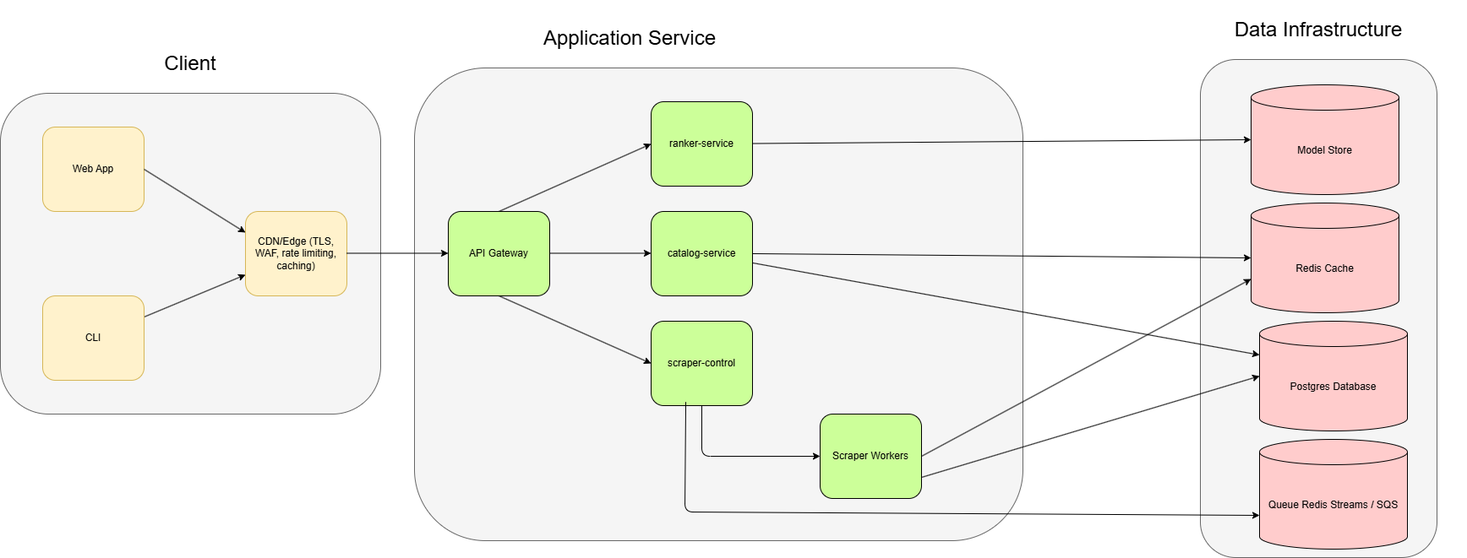
The draw.io diagram fnd-agent-local/docs/architecture/HLD/HLD.drawio.png in jsfmu/floor-decor-agent, before a commit. Source tidied: cells renumbered, new cells last; positions are measured from the earlier drawing's top-left corner, leaving out a move shared by most shapes.
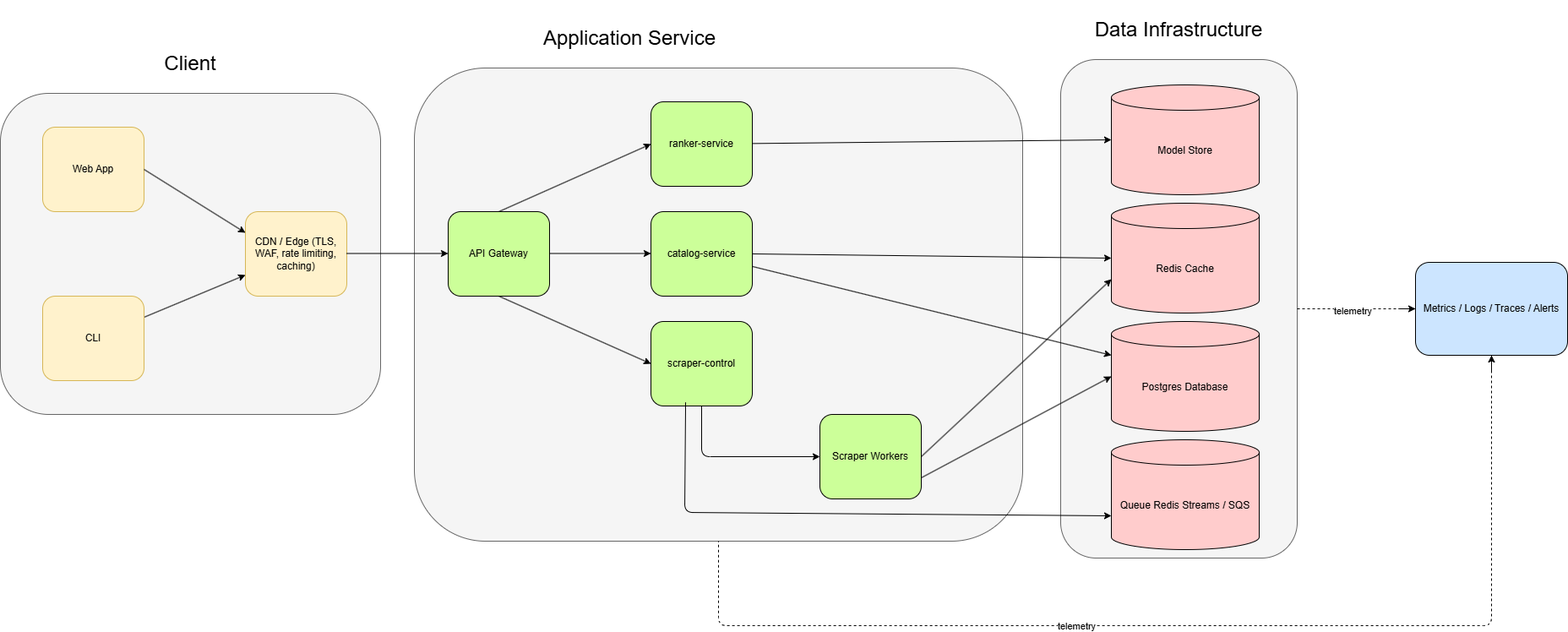
Later version of the same file.

Commit message:
Diagram readjustment

Change to the diagram source:
```diff
@@ -3,7 +3,7 @@
     <mxCell id="0" />
     <mxCell id="1" parent="0" />
     <mxCell id="2" style="rounded=1;whiteSpace=wrap;html=1;fillColor=#f5f5f5;strokeColor=#666666;fontColor=#333333;" parent="1" vertex="1">
-      <mxGeometry x="1420" y="70" width="280" height="590" as="geometry" />
+      <mxGeometry x="1255" y="70" width="280" height="590" as="geometry" />
     </mxCell>
     <mxCell id="3" style="rounded=1;whiteSpace=wrap;html=1;fillColor=#f5f5f5;strokeColor=#666666;fontColor=#333333;" parent="1" vertex="1">
       <mxGeometry x="490" y="80" width="720" height="560" as="geometry" />
@@ -17,7 +17,7 @@
     <mxCell id="6" style="endArrow=classic;html=1;exitX=1;exitY=0.5;exitDx=0;exitDy=0;entryX=0;entryY=0.25;entryDx=0;entryDy=0;" parent="1" edge="1" source="5" target="7">
       <mxGeometry relative="1" as="geometry" />
     </mxCell>
-    <mxCell id="7" value="CDN/Edge (TLS, WAF, rate limiting, caching)" style="rounded=1;whiteSpace=wrap;html=1;fillColor=#fff2cc;strokeColor=#d6b656;" parent="1" vertex="1">
+    <mxCell id="7" value="CDN / Edge (TLS, WAF, rate limiting, caching)" style="rounded=1;whiteSpace=wrap;html=1;fillColor=#fff2cc;strokeColor=#d6b656;" parent="1" vertex="1">
       <mxGeometry x="290" y="250" width="120" height="100" as="geometry" />
     </mxCell>
     <mxCell id="8" style="endArrow=classic;html=1;exitX=1;exitY=0.5;exitDx=0;exitDy=0;" parent="1" edge="1">
@@ -73,16 +73,16 @@
       <mxGeometry x="570" y="10" width="350" height="70" as="geometry" />
     </mxCell>
     <mxCell id="22" value="Model Store" style="shape=cylinder3;whiteSpace=wrap;html=1;boundedLbl=1;backgroundOutline=1;size=15;fillColor=#FFCCCC;" parent="1" vertex="1">
-      <mxGeometry x="1480" y="100" width="175" height="130" as="geometry" />
+      <mxGeometry x="1315" y="100" width="175" height="130" as="geometry" />
     </mxCell>
     <mxCell id="23" value="Redis Cache" style="shape=cylinder3;whiteSpace=wrap;html=1;boundedLbl=1;backgroundOutline=1;size=15;fillColor=#FFCCCC;" parent="1" vertex="1">
-      <mxGeometry x="1480" y="240" width="175" height="130" as="geometry" />
+      <mxGeometry x="1315" y="240" width="175" height="130" as="geometry" />
     </mxCell>
     <mxCell id="24" value="Postgres Database" style="shape=cylinder3;whiteSpace=wrap;html=1;boundedLbl=1;backgroundOutline=1;size=15;fillColor=#FFCCCC;" parent="1" vertex="1">
-      <mxGeometry x="1490" y="380" width="175" height="130" as="geometry" />
+      <mxGeometry x="1315" y="380" width="175" height="130" as="geometry" />
     </mxCell>
     <mxCell id="25" value="Queue Redis Streams / SQS" style="shape=cylinder3;whiteSpace=wrap;html=1;boundedLbl=1;backgroundOutline=1;size=15;fillColor=#FFCCCC;" parent="1" vertex="1">
-      <mxGeometry x="1490" y="520" width="175" height="130" as="geometry" />
+      <mxGeometry x="1315" y="520" width="175" height="130" as="geometry" />
     </mxCell>
     <mxCell id="26" style="edgeStyle=none;html=1;entryX=0;entryY=0.5;entryDx=0;entryDy=0;entryPerimeter=0;" parent="1" edge="1" source="19" target="22">
       <mxGeometry relative="1" as="geometry" />
@@ -108,7 +108,37 @@
       <mxGeometry relative="1" as="geometry" />
     </mxCell>
     <mxCell id="32" value="&lt;span style=&quot;font-size: 24px;&quot;&gt;Data Infrastructure&lt;/span&gt;" style="text;html=1;align=center;verticalAlign=middle;whiteSpace=wrap;rounded=0;" parent="1" vertex="1">
-      <mxGeometry x="1385" width="350" height="70" as="geometry" />
+      <mxGeometry x="1220" width="350" height="70" as="geometry" />
     </mxCell>
+    <mxCell id="33" value="Metrics / Logs / Traces / Alerts" style="rounded=1;whiteSpace=wrap;html=1;fillColor=#CCE5FF;" parent="1" vertex="1">
+      <mxGeometry x="1675" y="310" width="180" height="110" as="geometry" />
+    </mxCell>
+    <mxCell id="34" style="endArrow=classic;html=1;entryX=0.5;entryY=1;entryDx=0;entryDy=0;" parent="1" edge="1" target="33">
+      <mxGeometry relative="1" as="geometry">
+        <mxPoint x="1765" y="440" as="sourcePoint" />
+      </mxGeometry>
+    </mxCell>
+    <mxCell id="35" style="endArrow=classic;html=1;entryX=0;entryY=0.5;entryDx=0;entryDy=0;" parent="1" edge="1" target="33">
+      <mxGeometry relative="1" as="geometry">
+        <mxPoint x="1655" y="365" as="sourcePoint" />
+      </mxGeometry>
+    </mxCell>
+    <mxCell id="36" style="endArrow=none;dashed=1;html=1;exitX=1;exitY=0.5;exitDx=0;exitDy=0;entryX=0;entryY=0.5;entryDx=0;entryDy=0;" parent="1" edge="1" source="2" target="33">
+      <mxGeometry relative="1" as="geometry" />
+    </mxCell>
+    <mxCell id="37" value="telemetry" style="edgeLabel;html=1;align=center;verticalAlign=middle;" parent="36" vertex="1">
+      <mxGeometry x="-0.06" y="-2" relative="1" as="geometry" />
+    </mxCell>
+    <mxCell id="38" style="endArrow=none;dashed=1;html=1;entryX=0.5;entryY=1;entryDx=0;entryDy=0;exitX=0.5;exitY=1;exitDx=0;exitDy=0;" parent="1" edge="1" source="33" target="3">
+      <mxGeometry relative="1" as="geometry">
+        <Array as="points">
+          <mxPoint x="1765" y="740" />
+          <mxPoint x="850" y="740" />
+        </Array>
+      </mxGeometry>
+    </mxCell>
+    <mxCell id="39" value="telemetry" style="edgeLabel;html=1;align=center;verticalAlign=middle;" parent="38" vertex="1">
+      <mxGeometry x="0.22" relative="1" as="geometry" />
+    </mxCell>
   </root>
 </mxGraphModel>
```
